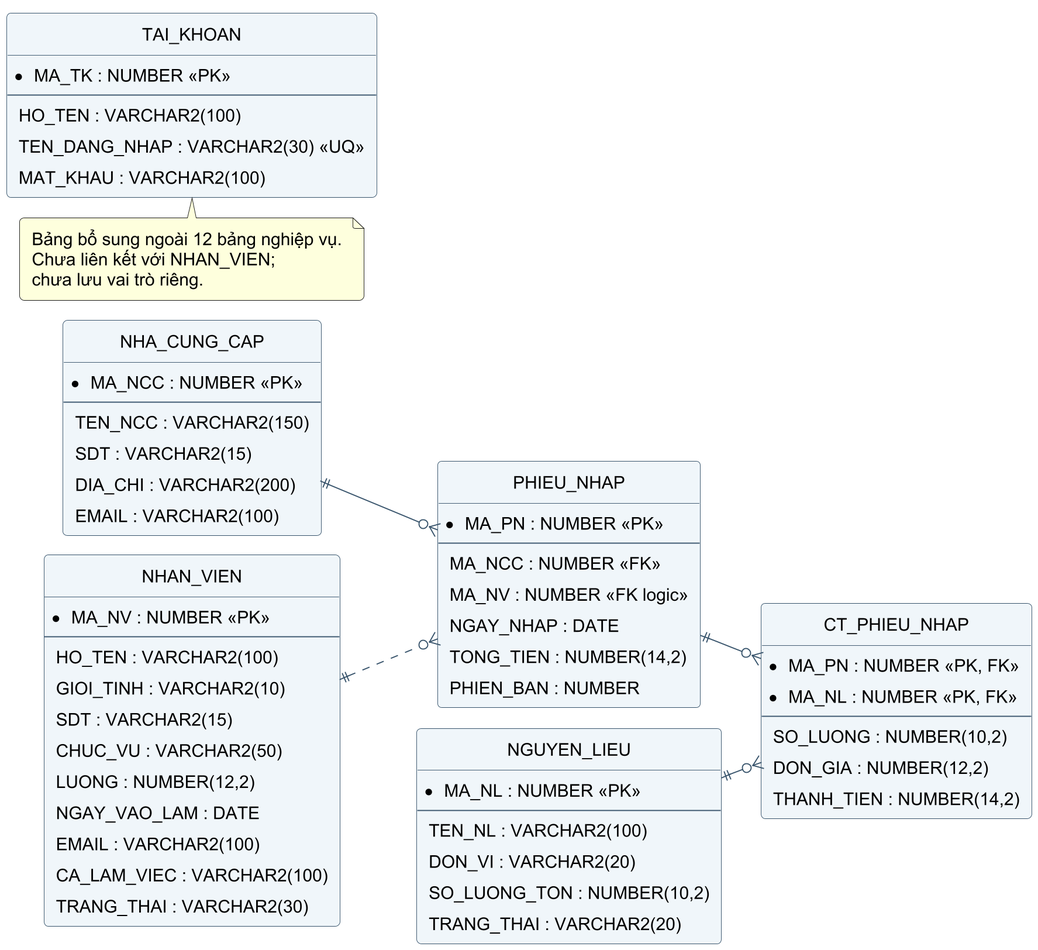
This is BaoCao_PTTKHDoiTuong/so_do/14_erd_kho_tai_khoan.png from hoangbelike2004/QuanLyNHHS, a PlantUML export, as it was before one commit. Its diagram source:
```plantuml
@startuml
!pragma layout smetana
skinparam defaultFontName Arial
skinparam defaultFontSize 16
skinparam dpi 180
skinparam backgroundColor white
skinparam shadowing false
skinparam roundcorner 8
skinparam ArrowColor #37536B
skinparam classBackgroundColor #F0F6FA
skinparam classBorderColor #37536B
skinparam usecaseBackgroundColor #F0F6FA
skinparam packageBackgroundColor #FFFFFF
skinparam sequenceParticipantBackgroundColor #EDF4F8
skinparam sequenceLifeLineBorderColor #78909C
skinparam sequenceMessageAlign center
skinparam padding 5
hide circle
hide methods
left to right direction
entity NHA_CUNG_CAP {
 * MA_NCC : NUMBER <<PK>>
 --
 TEN_NCC : VARCHAR2(150)
 SDT : VARCHAR2(15)
 DIA_CHI : VARCHAR2(200)
 EMAIL : VARCHAR2(100)
}
entity PHIEU_NHAP {
 * MA_PN : NUMBER <<PK>>
 --
 MA_NCC : NUMBER <<FK>>
 MA_NV : NUMBER <<FK logic>>
 NGAY_NHAP : DATE
 TONG_TIEN : NUMBER(14,2)
 PHIEN_BAN : NUMBER
}
entity CT_PHIEU_NHAP {
 * MA_PN : NUMBER <<PK, FK>>
 * MA_NL : NUMBER <<PK, FK>>
 --
 SO_LUONG : NUMBER(10,2)
 DON_GIA : NUMBER(12,2)
 THANH_TIEN : NUMBER(14,2)
}
entity NGUYEN_LIEU {
 * MA_NL : NUMBER <<PK>>
 --
 TEN_NL : VARCHAR2(100)
 DON_VI : VARCHAR2(20)
 SO_LUONG_TON : NUMBER(10,2)
 TRANG_THAI : VARCHAR2(20)
}
entity NHAN_VIEN {
 * MA_NV : NUMBER <<PK>>
 --
 HO_TEN : VARCHAR2(100)
 GIOI_TINH : VARCHAR2(10)
 SDT : VARCHAR2(15)
 CHUC_VU : VARCHAR2(50)
 LUONG : NUMBER(12,2)
 NGAY_VAO_LAM : DATE
 EMAIL : VARCHAR2(100)
 CA_LAM_VIEC : VARCHAR2(100)
 TRANG_THAI : VARCHAR2(30)
}
entity TAI_KHOAN {
 * MA_TK : NUMBER <<PK>>
 --
 HO_TEN : VARCHAR2(100)
 TEN_DANG_NHAP : VARCHAR2(30) <<UQ>>
 MAT_KHAU : VARCHAR2(100)
}
NHA_CUNG_CAP ||--o{ PHIEU_NHAP
NHAN_VIEN ||..o{ PHIEU_NHAP
PHIEU_NHAP ||--o{ CT_PHIEU_NHAP
NGUYEN_LIEU ||--o{ CT_PHIEU_NHAP
note bottom of TAI_KHOAN
Bảng bổ sung ngoài 12 bảng nghiệp vụ.
Chưa liên kết với NHAN_VIEN;
chưa lưu vai trò riêng.
end note

@enduml
```
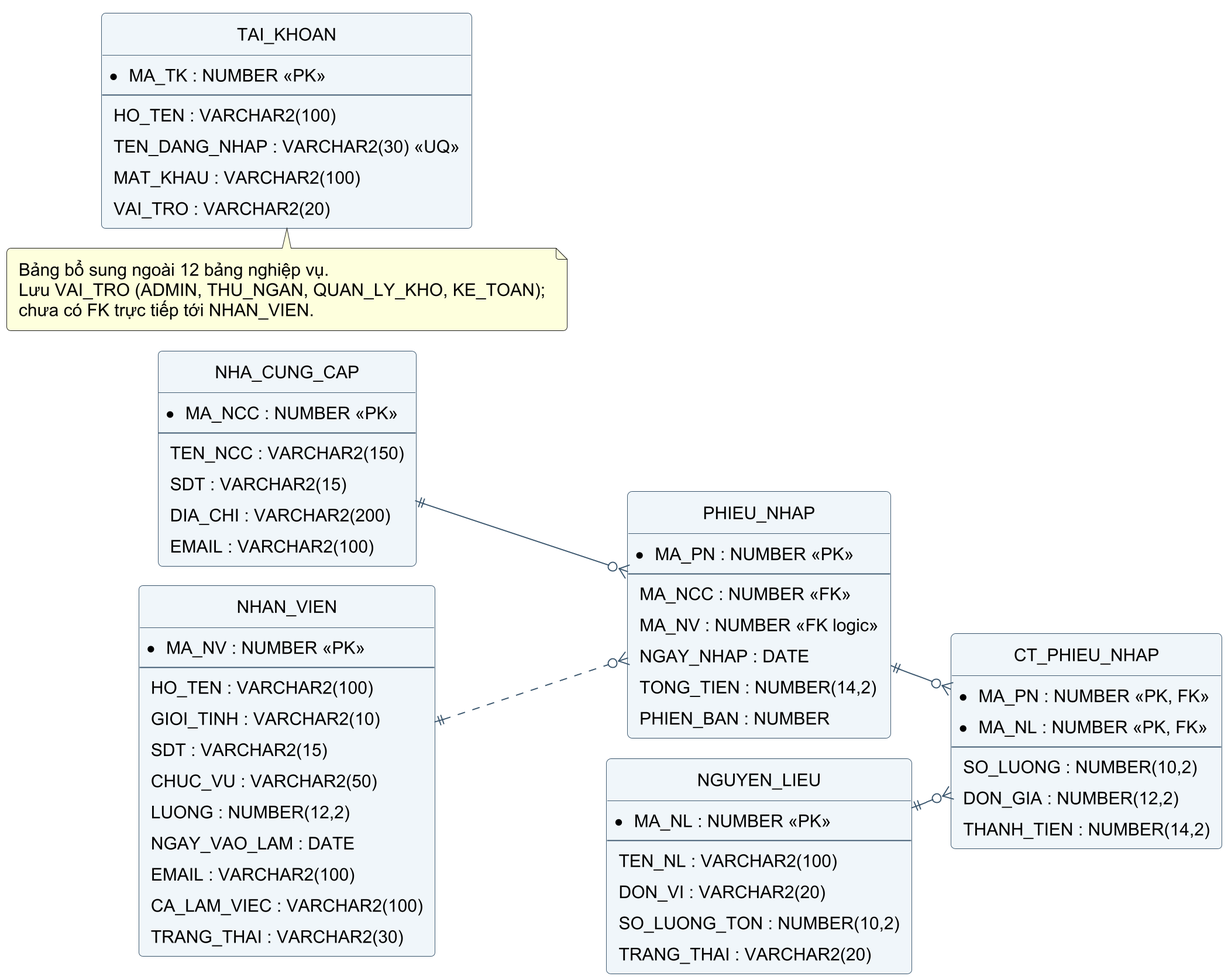
Later version of the same file.

Change to the diagram source:
```diff
@@ -70,6 +70,7 @@
  HO_TEN : VARCHAR2(100)
  TEN_DANG_NHAP : VARCHAR2(30) <<UQ>>
  MAT_KHAU : VARCHAR2(100)
+ VAI_TRO : VARCHAR2(20)
 }
 NHA_CUNG_CAP ||--o{ PHIEU_NHAP
 NHAN_VIEN ||..o{ PHIEU_NHAP
@@ -77,8 +78,7 @@
 NGUYEN_LIEU ||--o{ CT_PHIEU_NHAP
 note bottom of TAI_KHOAN
 Bảng bổ sung ngoài 12 bảng nghiệp vụ.
-Chưa liên kết với NHAN_VIEN;
-chưa lưu vai trò riêng.
+Lưu VAI_TRO (ADMIN, THU_NGAN, QUAN_LY_KHO, KE_TOAN);
+chưa có FK trực tiếp tới NHAN_VIEN.
 end note
-
 @enduml
```
